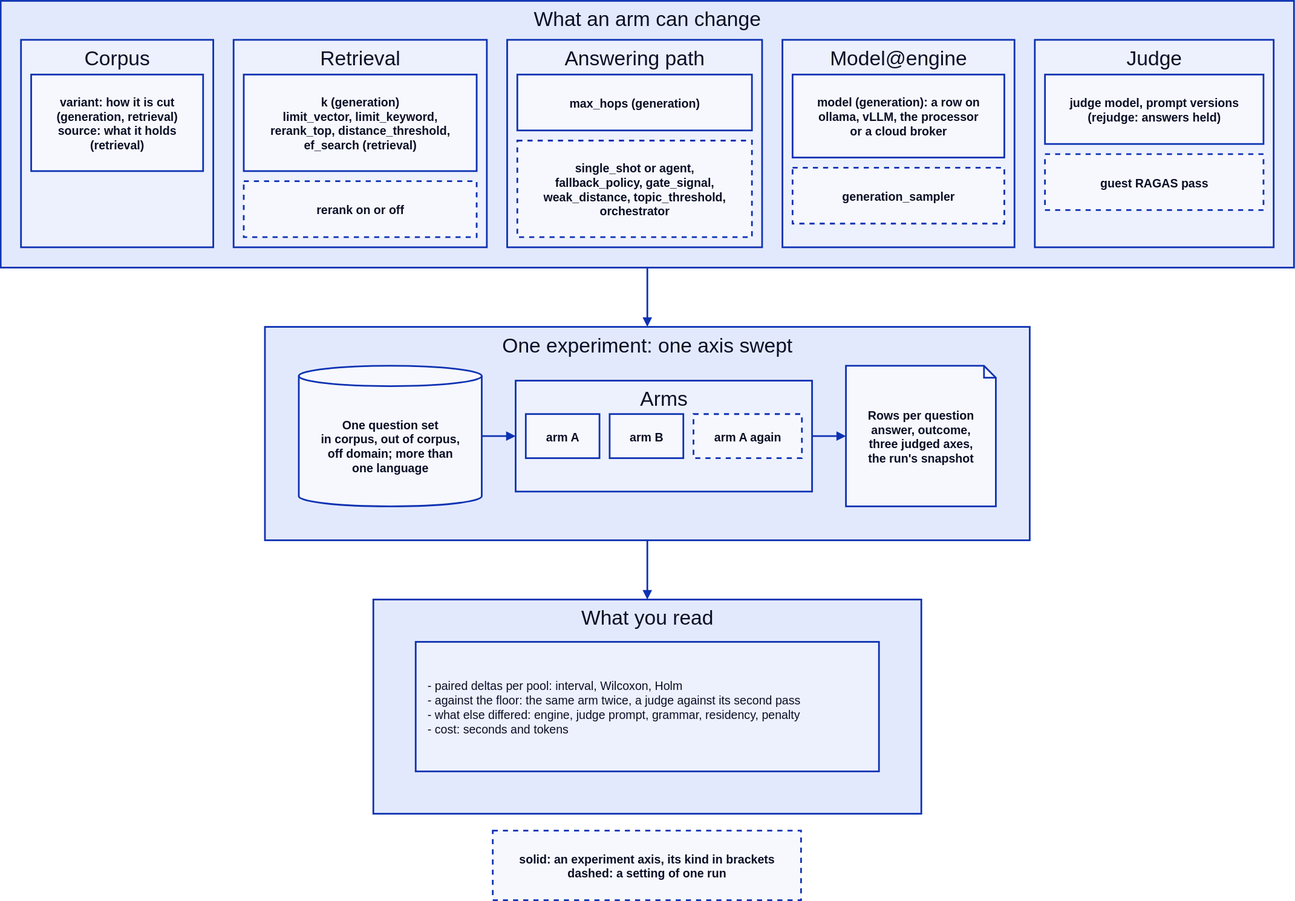
rikitikitav1/rag-lab keeps this draw.io diagram as docs/diagrams/what_we_compare.drawio.svg. Above is the earlier version. Source tidied: cells renumbered, new cells last; positions are measured from the earlier drawing's top-left corner, leaving out a move shared by most shapes.
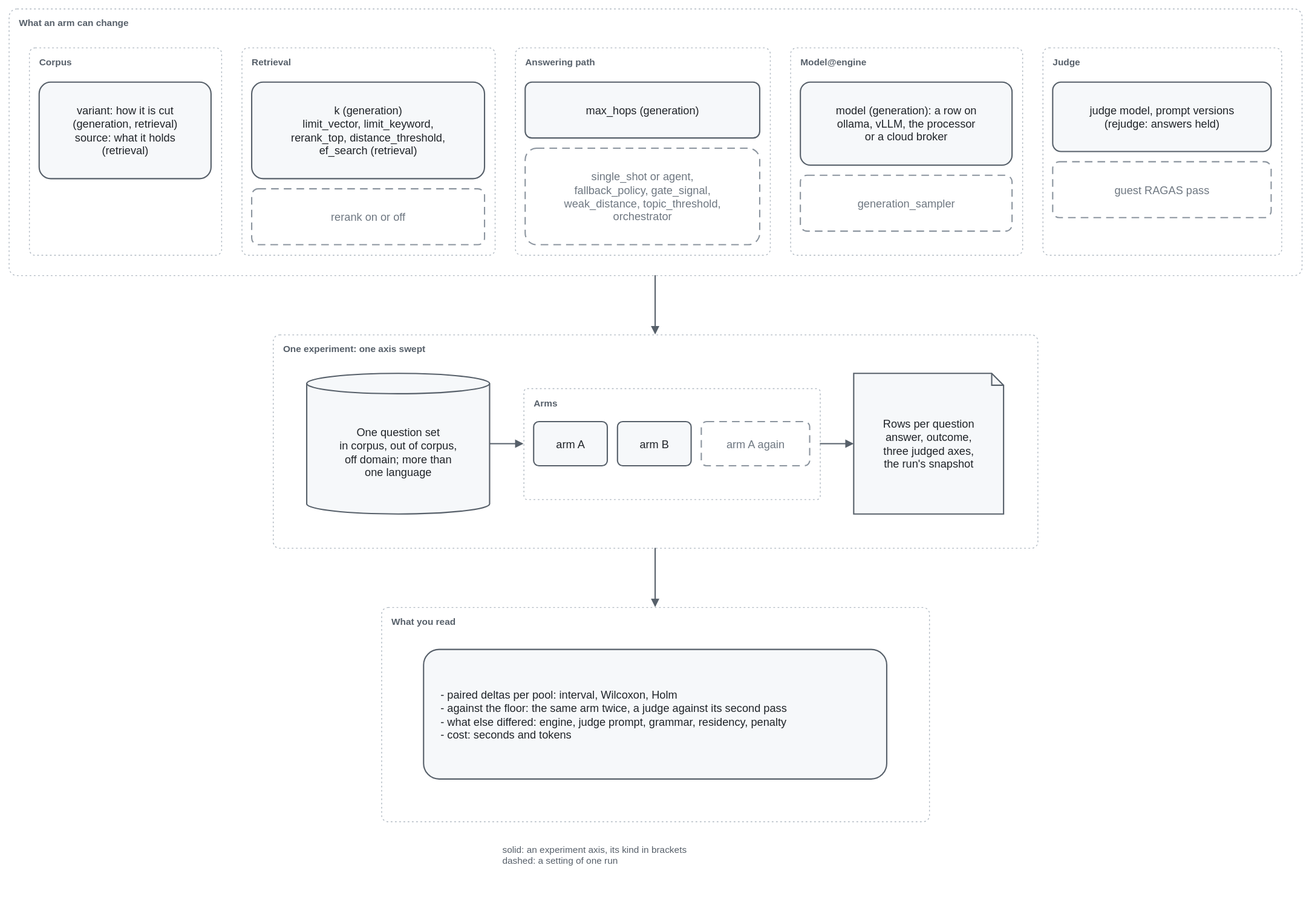
Later version of the same file.

Diff of the diagram source:
```diff
@@ -2,91 +2,91 @@
   <root>
     <mxCell id="0" />
     <mxCell id="1" parent="0" />
-    <mxCell id="2" value="What an arm can change" style="rounded=0;whiteSpace=nowrap;html=0;strokeColor=#0D32B2;strokeWidth=2;fontColor=#0A0F25;fillColor=#E3E9FD;verticalAlign=top;fontSize=24;" parent="1" vertex="1">
+    <mxCell id="2" value="What an arm can change" style="rounded=1;arcSize=3;html=0;whiteSpace=wrap;verticalAlign=top;align=left;spacingLeft=10;spacingTop=4;fillColor=none;strokeColor=light-dark(#AFB8C1,#484F58);strokeWidth=1;dashed=1;dashPattern=2 3;fontStyle=1;fontSize=11;fontColor=light-dark(#57606A,#8B949E);fontFamily=Helvetica;" parent="1" vertex="1">
       <mxGeometry width="1527" height="315" as="geometry" />
     </mxCell>
-    <mxCell id="3" value="Corpus" style="rounded=0;whiteSpace=nowrap;html=0;strokeColor=#0D32B2;strokeWidth=2;fontColor=#0A0F25;fillColor=#EDF0FD;verticalAlign=top;fontSize=24;" parent="2" vertex="1">
+    <mxCell id="3" value="Corpus" style="rounded=1;arcSize=3;html=0;whiteSpace=wrap;verticalAlign=top;align=left;spacingLeft=10;spacingTop=4;fillColor=none;strokeColor=light-dark(#AFB8C1,#484F58);strokeWidth=1;dashed=1;dashPattern=2 3;fontStyle=1;fontSize=11;fontColor=light-dark(#57606A,#8B949E);fontFamily=Helvetica;" parent="2" vertex="1">
       <mxGeometry x="24" y="46" width="227" height="245" as="geometry" />
     </mxCell>
-    <mxCell id="4" value="variant: how it is cut&#10;(generation, retrieval)&#10;source: what it holds&#10;(retrieval)" style="rounded=0;whiteSpace=nowrap;html=0;strokeColor=#0D32B2;strokeWidth=2;fontColor=#0A0F25;fillColor=#F7F8FE;fontSize=14;fontStyle=1;" parent="3" vertex="1">
+    <mxCell id="4" value="variant: how it is cut&#10;(generation, retrieval)&#10;source: what it holds&#10;(retrieval)" style="rounded=1;arcSize=12;whiteSpace=wrap;html=0;fillColor=light-dark(#F6F8FA,#161B22);strokeColor=light-dark(#57606A,#8B949E);strokeWidth=1.5;fontColor=light-dark(#1F2328,#E6EDF3);fontFamily=Helvetica;fontSize=13;spacing=8;" parent="3" vertex="1">
       <mxGeometry x="12" y="41" width="203" height="114" as="geometry" />
     </mxCell>
-    <mxCell id="5" value="Retrieval" style="rounded=0;whiteSpace=nowrap;html=0;strokeColor=#0D32B2;strokeWidth=2;fontColor=#0A0F25;fillColor=#EDF0FD;verticalAlign=top;fontSize=24;" parent="2" vertex="1">
+    <mxCell id="5" value="Retrieval" style="rounded=1;arcSize=3;html=0;whiteSpace=wrap;verticalAlign=top;align=left;spacingLeft=10;spacingTop=4;fillColor=none;strokeColor=light-dark(#AFB8C1,#484F58);strokeWidth=1;dashed=1;dashPattern=2 3;fontStyle=1;fontSize=11;fontColor=light-dark(#57606A,#8B949E);fontFamily=Helvetica;" parent="2" vertex="1">
       <mxGeometry x="275" y="46" width="299" height="245" as="geometry" />
     </mxCell>
-    <mxCell id="6" value="k (generation)&#10;limit_vector, limit_keyword,&#10;rerank_top, distance_threshold,&#10;ef_search (retrieval)" style="rounded=0;whiteSpace=nowrap;html=0;strokeColor=#0D32B2;strokeWidth=2;fontColor=#0A0F25;fillColor=#F7F8FE;fontSize=14;fontStyle=1;" parent="5" vertex="1">
+    <mxCell id="6" value="k (generation)&#10;limit_vector, limit_keyword,&#10;rerank_top, distance_threshold,&#10;ef_search (retrieval)" style="rounded=1;arcSize=12;whiteSpace=wrap;html=0;fillColor=light-dark(#F6F8FA,#161B22);strokeColor=light-dark(#57606A,#8B949E);strokeWidth=1.5;fontColor=light-dark(#1F2328,#E6EDF3);fontFamily=Helvetica;fontSize=13;spacing=8;" parent="5" vertex="1">
       <mxGeometry x="12" y="41" width="275" height="114" as="geometry" />
     </mxCell>
-    <mxCell id="7" value="rerank on or off" style="rounded=0;whiteSpace=nowrap;html=0;strokeColor=#0D32B2;strokeWidth=2;fontColor=#0A0F25;fillColor=#F7F8FE;fontSize=14;fontStyle=1;dashed=1;" parent="5" vertex="1">
+    <mxCell id="7" value="rerank on or off" style="rounded=1;arcSize=12;whiteSpace=wrap;html=0;fillColor=none;strokeColor=light-dark(#8C959F,#6E7681);strokeWidth=1.5;fontColor=light-dark(#6E7781,#8B949E);fontFamily=Helvetica;fontSize=13;spacing=8;dashed=1;dashPattern=6 4;" parent="5" vertex="1">
       <mxGeometry x="12" y="167" width="275" height="66" as="geometry" />
     </mxCell>
-    <mxCell id="8" value="Answering path" style="rounded=0;whiteSpace=nowrap;html=0;strokeColor=#0D32B2;strokeWidth=2;fontColor=#0A0F25;fillColor=#EDF0FD;verticalAlign=top;fontSize=24;" parent="2" vertex="1">
+    <mxCell id="8" value="Answering path" style="rounded=1;arcSize=3;html=0;whiteSpace=wrap;verticalAlign=top;align=left;spacingLeft=10;spacingTop=4;fillColor=none;strokeColor=light-dark(#AFB8C1,#484F58);strokeWidth=1;dashed=1;dashPattern=2 3;fontStyle=1;fontSize=11;fontColor=light-dark(#57606A,#8B949E);fontFamily=Helvetica;" parent="2" vertex="1">
       <mxGeometry x="598" y="46" width="301" height="245" as="geometry" />
     </mxCell>
-    <mxCell id="9" value="max_hops (generation)" style="rounded=0;whiteSpace=nowrap;html=0;strokeColor=#0D32B2;strokeWidth=2;fontColor=#0A0F25;fillColor=#F7F8FE;fontSize=14;fontStyle=1;" parent="8" vertex="1">
+    <mxCell id="9" value="max_hops (generation)" style="rounded=1;arcSize=12;whiteSpace=wrap;html=0;fillColor=light-dark(#F6F8FA,#161B22);strokeColor=light-dark(#57606A,#8B949E);strokeWidth=1.5;fontColor=light-dark(#1F2328,#E6EDF3);fontFamily=Helvetica;fontSize=13;spacing=8;" parent="8" vertex="1">
       <mxGeometry x="12" y="41" width="277" height="66" as="geometry" />
     </mxCell>
-    <mxCell id="10" value="single_shot or agent,&#10;fallback_policy, gate_signal,&#10;weak_distance, topic_threshold,&#10;orchestrator" style="rounded=0;whiteSpace=nowrap;html=0;strokeColor=#0D32B2;strokeWidth=2;fontColor=#0A0F25;fillColor=#F7F8FE;fontSize=14;fontStyle=1;dashed=1;" parent="8" vertex="1">
+    <mxCell id="10" value="single_shot or agent,&#10;fallback_policy, gate_signal,&#10;weak_distance, topic_threshold,&#10;orchestrator" style="rounded=1;arcSize=12;whiteSpace=wrap;html=0;fillColor=none;strokeColor=light-dark(#8C959F,#6E7681);strokeWidth=1.5;fontColor=light-dark(#6E7781,#8B949E);fontFamily=Helvetica;fontSize=13;spacing=8;dashed=1;dashPattern=6 4;" parent="8" vertex="1">
       <mxGeometry x="12" y="119" width="277" height="114" as="geometry" />
     </mxCell>
-    <mxCell id="11" value="Model@engine" style="rounded=0;whiteSpace=nowrap;html=0;strokeColor=#0D32B2;strokeWidth=2;fontColor=#0A0F25;fillColor=#EDF0FD;verticalAlign=top;fontSize=24;" parent="2" vertex="1">
+    <mxCell id="11" value="Model@engine" style="rounded=1;arcSize=3;html=0;whiteSpace=wrap;verticalAlign=top;align=left;spacingLeft=10;spacingTop=4;fillColor=none;strokeColor=light-dark(#AFB8C1,#484F58);strokeWidth=1;dashed=1;dashPattern=2 3;fontStyle=1;fontSize=11;fontColor=light-dark(#57606A,#8B949E);fontFamily=Helvetica;" parent="2" vertex="1">
       <mxGeometry x="923" y="46" width="274" height="245" as="geometry" />
     </mxCell>
-    <mxCell id="12" value="model (generation): a row on&#10;ollama, vLLM, the processor&#10;or a cloud broker" style="rounded=0;whiteSpace=nowrap;html=0;strokeColor=#0D32B2;strokeWidth=2;fontColor=#0A0F25;fillColor=#F7F8FE;fontSize=14;fontStyle=1;" parent="11" vertex="1">
+    <mxCell id="12" value="model (generation): a row on&#10;ollama, vLLM, the processor&#10;or a cloud broker" style="rounded=1;arcSize=12;whiteSpace=wrap;html=0;fillColor=light-dark(#F6F8FA,#161B22);strokeColor=light-dark(#57606A,#8B949E);strokeWidth=1.5;fontColor=light-dark(#1F2328,#E6EDF3);fontFamily=Helvetica;fontSize=13;spacing=8;" parent="11" vertex="1">
       <mxGeometry x="12" y="41" width="250" height="98" as="geometry" />
     </mxCell>
-    <mxCell id="13" value="generation_sampler" style="rounded=0;whiteSpace=nowrap;html=0;strokeColor=#0D32B2;strokeWidth=2;fontColor=#0A0F25;fillColor=#F7F8FE;fontSize=14;fontStyle=1;dashed=1;" parent="11" vertex="1">
+    <mxCell id="13" value="generation_sampler" style="rounded=1;arcSize=12;whiteSpace=wrap;html=0;fillColor=none;strokeColor=light-dark(#8C959F,#6E7681);strokeWidth=1.5;fontColor=light-dark(#6E7781,#8B949E);fontFamily=Helvetica;fontSize=13;spacing=8;dashed=1;dashPattern=6 4;" parent="11" vertex="1">
       <mxGeometry x="12" y="151" width="250" height="66" as="geometry" />
     </mxCell>
-    <mxCell id="14" value="Judge" style="rounded=0;whiteSpace=nowrap;html=0;strokeColor=#0D32B2;strokeWidth=2;fontColor=#0A0F25;fillColor=#EDF0FD;verticalAlign=top;fontSize=24;" parent="2" vertex="1">
+    <mxCell id="14" value="Judge" style="rounded=1;arcSize=3;html=0;whiteSpace=wrap;verticalAlign=top;align=left;spacingLeft=10;spacingTop=4;fillColor=none;strokeColor=light-dark(#AFB8C1,#484F58);strokeWidth=1;dashed=1;dashPattern=2 3;fontStyle=1;fontSize=11;fontColor=light-dark(#57606A,#8B949E);fontFamily=Helvetica;" parent="2" vertex="1">
       <mxGeometry x="1221" y="46" width="282" height="245" as="geometry" />
     </mxCell>
-    <mxCell id="15" value="judge model, prompt versions&#10;(rejudge: answers held)" style="rounded=0;whiteSpace=nowrap;html=0;strokeColor=#0D32B2;strokeWidth=2;fontColor=#0A0F25;fillColor=#F7F8FE;fontSize=14;fontStyle=1;" parent="14" vertex="1">
+    <mxCell id="15" value="judge model, prompt versions&#10;(rejudge: answers held)" style="rounded=1;arcSize=12;whiteSpace=wrap;html=0;fillColor=light-dark(#F6F8FA,#161B22);strokeColor=light-dark(#57606A,#8B949E);strokeWidth=1.5;fontColor=light-dark(#1F2328,#E6EDF3);fontFamily=Helvetica;fontSize=13;spacing=8;" parent="14" vertex="1">
       <mxGeometry x="12" y="41" width="258" height="82" as="geometry" />
     </mxCell>
-    <mxCell id="16" value="guest RAGAS pass" style="rounded=0;whiteSpace=nowrap;html=0;strokeColor=#0D32B2;strokeWidth=2;fontColor=#0A0F25;fillColor=#F7F8FE;fontSize=14;fontStyle=1;dashed=1;" parent="14" vertex="1">
+    <mxCell id="16" value="guest RAGAS pass" style="rounded=1;arcSize=12;whiteSpace=wrap;html=0;fillColor=none;strokeColor=light-dark(#8C959F,#6E7681);strokeWidth=1.5;fontColor=light-dark(#6E7781,#8B949E);fontFamily=Helvetica;fontSize=13;spacing=8;dashed=1;dashPattern=6 4;" parent="14" vertex="1">
       <mxGeometry x="12" y="135" width="258" height="66" as="geometry" />
     </mxCell>
-    <mxCell id="17" value="One experiment: one axis swept" style="rounded=0;whiteSpace=nowrap;html=0;strokeColor=#0D32B2;strokeWidth=2;fontColor=#0A0F25;fillColor=#E3E9FD;verticalAlign=top;fontSize=24;" parent="1" vertex="1">
+    <mxCell id="17" value="One experiment: one axis swept" style="rounded=1;arcSize=3;html=0;whiteSpace=wrap;verticalAlign=top;align=left;spacingLeft=10;spacingTop=4;fillColor=none;strokeColor=light-dark(#AFB8C1,#484F58);strokeWidth=1;dashed=1;dashPattern=2 3;fontStyle=1;fontSize=11;fontColor=light-dark(#57606A,#8B949E);fontFamily=Helvetica;" parent="1" vertex="1">
       <mxGeometry x="312" y="385" width="903" height="252" as="geometry" />
     </mxCell>
-    <mxCell id="18" value="One question set&#10;in corpus, out of corpus,&#10;off domain; more than&#10;one language" style="shape=cylinder3;boundedLbl=1;size=12;whiteSpace=nowrap;html=0;strokeColor=#0D32B2;strokeWidth=2;fontColor=#0A0F25;fillColor=#F7F8FE;fontSize=14;fontStyle=1;" parent="17" vertex="1">
+    <mxCell id="18" value="One question set&#10;in corpus, out of corpus,&#10;off domain; more than&#10;one language" style="whiteSpace=wrap;html=0;fillColor=light-dark(#F6F8FA,#161B22);strokeColor=light-dark(#57606A,#8B949E);strokeWidth=1.5;fontColor=light-dark(#1F2328,#E6EDF3);fontFamily=Helvetica;fontSize=13;spacing=8;shape=cylinder3;boundedLbl=1;size=12;" parent="17" vertex="1">
       <mxGeometry x="40" y="46" width="216" height="166" as="geometry" />
     </mxCell>
-    <mxCell id="19" value="Arms" style="rounded=0;whiteSpace=nowrap;html=0;strokeColor=#0D32B2;strokeWidth=2;fontColor=#0A0F25;fillColor=#EDF0FD;verticalAlign=top;fontSize=24;" parent="17" vertex="1">
+    <mxCell id="19" value="Arms" style="rounded=1;arcSize=3;html=0;whiteSpace=wrap;verticalAlign=top;align=left;spacingLeft=10;spacingTop=4;fillColor=none;strokeColor=light-dark(#AFB8C1,#484F58);strokeWidth=1;dashed=1;dashPattern=2 3;fontStyle=1;fontSize=11;fontColor=light-dark(#57606A,#8B949E);fontFamily=Helvetica;" parent="17" vertex="1">
       <mxGeometry x="296" y="63.5" width="350" height="131" as="geometry" />
     </mxCell>
-    <mxCell id="20" value="arm A" style="rounded=0;whiteSpace=nowrap;html=0;strokeColor=#0D32B2;strokeWidth=2;fontColor=#0A0F25;fillColor=#F7F8FE;fontSize=14;fontStyle=1;" parent="19" vertex="1">
+    <mxCell id="20" value="arm A" style="rounded=1;arcSize=12;whiteSpace=wrap;html=0;fillColor=light-dark(#F6F8FA,#161B22);strokeColor=light-dark(#57606A,#8B949E);strokeWidth=1.5;fontColor=light-dark(#1F2328,#E6EDF3);fontFamily=Helvetica;fontSize=13;spacing=8;" parent="19" vertex="1">
       <mxGeometry x="12" y="39.5" width="87" height="52.1" as="geometry" />
     </mxCell>
-    <mxCell id="21" value="arm B" style="rounded=0;whiteSpace=nowrap;html=0;strokeColor=#0D32B2;strokeWidth=2;fontColor=#0A0F25;fillColor=#F7F8FE;fontSize=14;fontStyle=1;" parent="19" vertex="1">
+    <mxCell id="21" value="arm B" style="rounded=1;arcSize=12;whiteSpace=wrap;html=0;fillColor=light-dark(#F6F8FA,#161B22);strokeColor=light-dark(#57606A,#8B949E);strokeWidth=1.5;fontColor=light-dark(#1F2328,#E6EDF3);fontFamily=Helvetica;fontSize=13;spacing=8;" parent="19" vertex="1">
       <mxGeometry x="111" y="39.5" width="87" height="52.1" as="geometry" />
     </mxCell>
-    <mxCell id="22" value="arm A again" style="rounded=0;whiteSpace=nowrap;html=0;strokeColor=#0D32B2;strokeWidth=2;fontColor=#0A0F25;fillColor=#F7F8FE;fontSize=14;fontStyle=1;dashed=1;" parent="19" vertex="1">
+    <mxCell id="22" value="arm A again" style="rounded=1;arcSize=12;whiteSpace=wrap;html=0;fillColor=none;strokeColor=light-dark(#8C959F,#6E7681);strokeWidth=1.5;fontColor=light-dark(#6E7781,#8B949E);fontFamily=Helvetica;fontSize=13;spacing=8;dashed=1;dashPattern=6 4;" parent="19" vertex="1">
       <mxGeometry x="210" y="39.5" width="128" height="52.1" as="geometry" />
     </mxCell>
-    <mxCell id="23" value="Rows per question&#10;answer, outcome,&#10;three judged axes,&#10;the run's snapshot" style="shape=note;size=14;whiteSpace=nowrap;html=0;strokeColor=#0D32B2;strokeWidth=2;fontColor=#0A0F25;fillColor=#F7F8FE;fontSize=14;fontStyle=1;" parent="17" vertex="1">
+    <mxCell id="23" value="Rows per question&#10;answer, outcome,&#10;three judged axes,&#10;the run's snapshot" style="whiteSpace=wrap;html=0;fillColor=light-dark(#F6F8FA,#161B22);strokeColor=light-dark(#57606A,#8B949E);strokeWidth=1.5;fontColor=light-dark(#1F2328,#E6EDF3);fontFamily=Helvetica;fontSize=13;spacing=8;shape=note;size=14;" parent="17" vertex="1">
       <mxGeometry x="686" y="46" width="177" height="166" as="geometry" />
     </mxCell>
-    <mxCell id="24" value="What you read" style="rounded=0;whiteSpace=nowrap;html=0;strokeColor=#0D32B2;strokeWidth=2;fontColor=#0A0F25;fillColor=#E3E9FD;verticalAlign=top;fontSize=24;" parent="1" vertex="1">
+    <mxCell id="24" value="What you read" style="rounded=1;arcSize=3;html=0;whiteSpace=wrap;verticalAlign=top;align=left;spacingLeft=10;spacingTop=4;fillColor=none;strokeColor=light-dark(#AFB8C1,#484F58);strokeWidth=1;dashed=1;dashPattern=2 3;fontStyle=1;fontSize=11;fontColor=light-dark(#57606A,#8B949E);fontFamily=Helvetica;" parent="1" vertex="1">
       <mxGeometry x="440" y="707" width="647" height="253" as="geometry" />
     </mxCell>
-    <mxCell id="25" value="- paired deltas per pool: interval, Wilcoxon, Holm&#10;- against the floor: the same arm twice, a judge against its second pass&#10;- what else differed: engine, judge prompt, grammar, residency, penalty&#10;- cost: seconds and tokens" style="rounded=0;whiteSpace=nowrap;html=0;strokeColor=#0D32B2;strokeWidth=2;fontColor=#0A0F25;fillColor=#EDF0FD;fontSize=14;fontStyle=0;align=left;spacingLeft=12;" parent="24" vertex="1">
+    <mxCell id="25" value="- paired deltas per pool: interval, Wilcoxon, Holm&#10;- against the floor: the same arm twice, a judge against its second pass&#10;- what else differed: engine, judge prompt, grammar, residency, penalty&#10;- cost: seconds and tokens" style="rounded=1;arcSize=12;whiteSpace=wrap;html=0;fillColor=light-dark(#F6F8FA,#161B22);strokeColor=light-dark(#57606A,#8B949E);strokeWidth=1.5;fontColor=light-dark(#1F2328,#E6EDF3);fontFamily=Helvetica;fontSize=13;spacing=8;align=left;spacingLeft=12;" parent="24" vertex="1">
       <mxGeometry x="50" y="50" width="547" height="153" as="geometry" />
     </mxCell>
-    <mxCell id="26" value="solid: an experiment axis, its kind in brackets&#10;dashed: a setting of one run" style="rounded=0;whiteSpace=nowrap;html=0;strokeColor=#0D32B2;strokeWidth=2;fontColor=#0A0F25;fillColor=#F7F8FE;fontSize=14;fontStyle=1;dashed=1;" parent="1" vertex="1">
+    <mxCell id="26" value="solid: an experiment axis, its kind in brackets&#10;dashed: a setting of one run" style="text;html=0;align=left;verticalAlign=top;whiteSpace=wrap;fontFamily=Helvetica;fontSize=11;fontColor=light-dark(#57606A,#8B949E);strokeColor=none;fillColor=none;" parent="1" vertex="1">
       <mxGeometry x="581" y="980" width="364" height="82" as="geometry" />
     </mxCell>
-    <mxCell id="27" style="edgeStyle=none;rounded=1;html=0;endArrow=block;endFill=1;strokeColor=#0D32B2;strokeWidth=2;fontColor=#676C7E;fontSize=12;fontStyle=2;labelBackgroundColor=#FFFFFF;" parent="1" edge="1" source="18" target="19">
+    <mxCell id="27" style="edgeStyle=none;rounded=1;curved=0;html=0;endArrow=block;endFill=1;strokeColor=light-dark(#57606A,#8B949E);strokeWidth=1.5;fontFamily=Helvetica;fontSize=11;fontColor=light-dark(#424A53,#C9D1D9);labelBackgroundColor=light-dark(#FFFFFF,#0D1117);" parent="1" edge="1" source="18" target="19">
       <mxGeometry relative="1" as="geometry" />
     </mxCell>
-    <mxCell id="28" style="edgeStyle=none;rounded=1;html=0;endArrow=block;endFill=1;strokeColor=#0D32B2;strokeWidth=2;fontColor=#676C7E;fontSize=12;fontStyle=2;labelBackgroundColor=#FFFFFF;" parent="1" edge="1" source="19" target="23">
+    <mxCell id="28" style="edgeStyle=none;rounded=1;curved=0;html=0;endArrow=block;endFill=1;strokeColor=light-dark(#57606A,#8B949E);strokeWidth=1.5;fontFamily=Helvetica;fontSize=11;fontColor=light-dark(#424A53,#C9D1D9);labelBackgroundColor=light-dark(#FFFFFF,#0D1117);" parent="1" edge="1" source="19" target="23">
       <mxGeometry relative="1" as="geometry" />
     </mxCell>
-    <mxCell id="29" style="edgeStyle=none;rounded=1;html=0;endArrow=block;endFill=1;strokeColor=#0D32B2;strokeWidth=2;fontColor=#676C7E;fontSize=12;fontStyle=2;labelBackgroundColor=#FFFFFF;" parent="1" edge="1" source="2" target="17">
+    <mxCell id="29" style="edgeStyle=none;rounded=1;curved=0;html=0;endArrow=block;endFill=1;strokeColor=light-dark(#57606A,#8B949E);strokeWidth=1.5;fontFamily=Helvetica;fontSize=11;fontColor=light-dark(#424A53,#C9D1D9);labelBackgroundColor=light-dark(#FFFFFF,#0D1117);" parent="1" edge="1" source="2" target="17">
       <mxGeometry relative="1" as="geometry" />
     </mxCell>
-    <mxCell id="30" style="edgeStyle=none;rounded=1;html=0;endArrow=block;endFill=1;strokeColor=#0D32B2;strokeWidth=2;fontColor=#676C7E;fontSize=12;fontStyle=2;labelBackgroundColor=#FFFFFF;" parent="1" edge="1" source="17" target="24">
+    <mxCell id="30" style="edgeStyle=none;rounded=1;curved=0;html=0;endArrow=block;endFill=1;strokeColor=light-dark(#57606A,#8B949E);strokeWidth=1.5;fontFamily=Helvetica;fontSize=11;fontColor=light-dark(#424A53,#C9D1D9);labelBackgroundColor=light-dark(#FFFFFF,#0D1117);" parent="1" edge="1" source="17" target="24">
       <mxGeometry relative="1" as="geometry" />
     </mxCell>
   </root>
```
